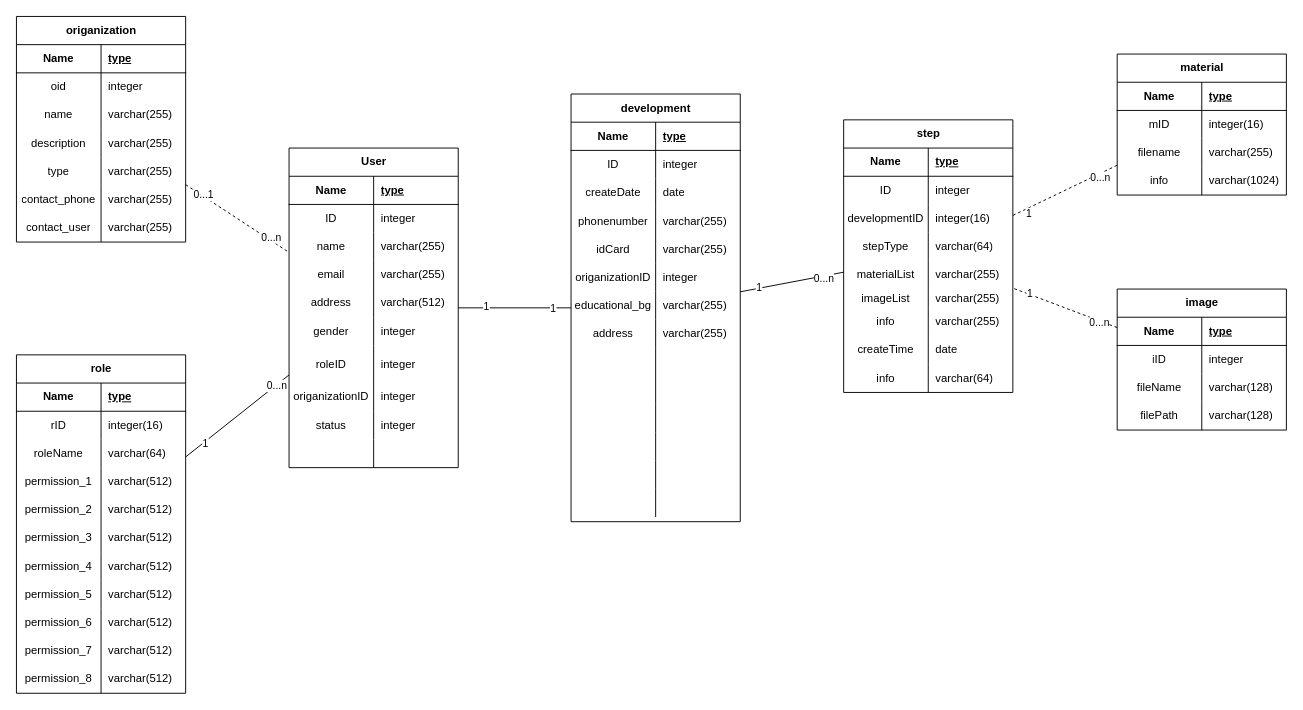
Earlier version of the draw.io diagram uml/er图.drawio (abc2513/ArknightsRoguelikeMapFlowchart). Source tidied: cells renumbered, new cells numbered last; positions are measured from the earlier drawing's top-left corner, leaving out a move shared by most shapes. Both pictures are drawn from the tidied source at 94%, with x=0, y=0 at pixel (16, 16).
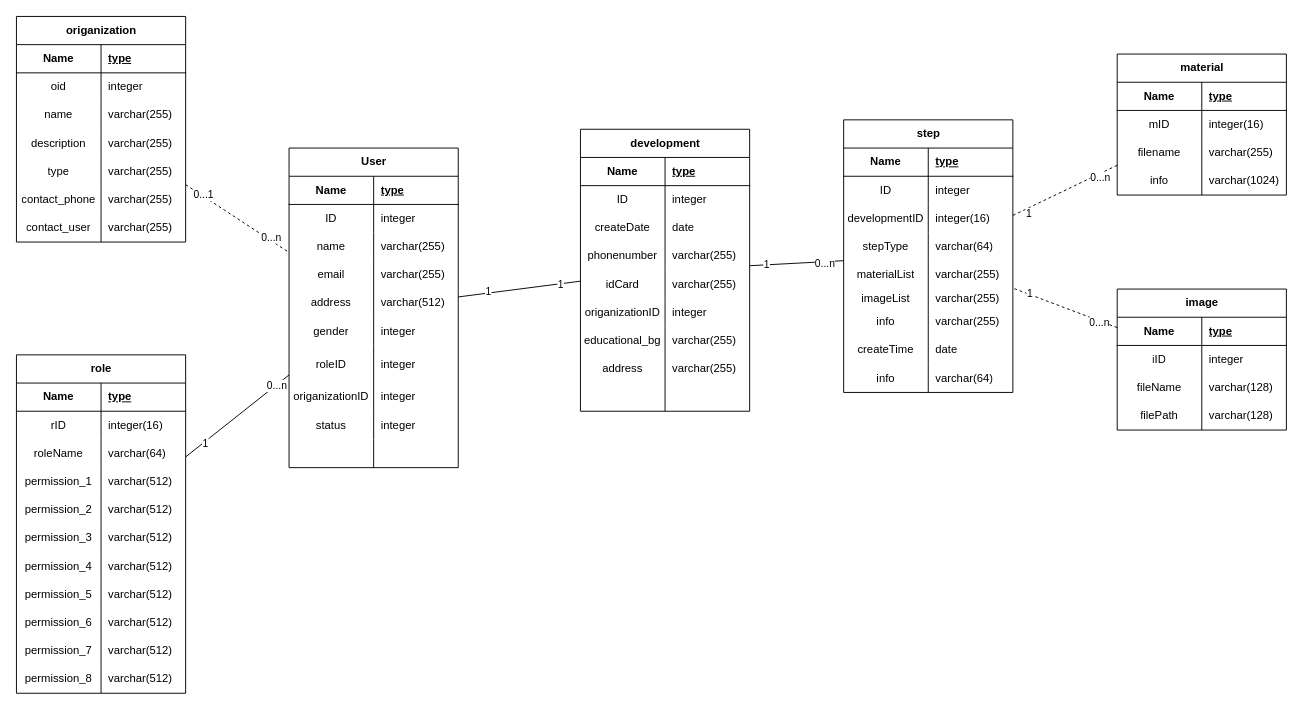
After the change.

Diff of the diagram source:
```diff
@@
     <mxCell id="55" value="development" style="shape=table;startSize=30;childLayout=tableLayout;rowLines=0;fontStyle=1;align=center;html=1;" parent="1" vertex="1">
-      <mxGeometry x="590" y="82.5" width="180" height="455" as="geometry" />
+      <mxGeometry x="600" y="120" width="180" height="300" as="geometry" />
     </mxCell>
@@
-    <mxCell id="80" style="shape=tableRow;horizontal=0;startSize=0;swimlaneHead=0;swimlaneBody=0;fillColor=none;top=0;left=0;right=0;bottom=0;" parent="55" vertex="1">
-      <mxGeometry y="270" width="180" height="30" as="geometry" />
-    </mxCell>
-    <mxCell id="81" style="shape=partialRectangle;fillColor=none;top=0;left=0;bottom=0;right=0;overflow=hidden;whiteSpace=wrap;html=1;" parent="80" vertex="1">
-      <mxGeometry width="90" height="30" as="geometry" />
-    </mxCell>
-    <mxCell id="82" style="shape=partialRectangle;fillColor=none;top=0;left=0;bottom=0;right=0;align=left;spacingLeft=6;overflow=hidden;whiteSpace=wrap;html=1;" parent="80" vertex="1">
-      <mxGeometry x="90" width="90" height="30" as="geometry" />
-    </mxCell>
-    <mxCell id="83" style="shape=tableRow;horizontal=0;startSize=0;swimlaneHead=0;swimlaneBody=0;fillColor=none;top=0;left=0;right=0;bottom=0;" parent="55" vertex="1">
-      <mxGeometry y="300" width="180" height="30" as="geometry" />
-    </mxCell>
-    <mxCell id="84" style="shape=partialRectangle;fillColor=none;top=0;left=0;bottom=0;right=0;overflow=hidden;whiteSpace=wrap;html=1;" parent="83" vertex="1">
-      <mxGeometry width="90" height="30" as="geometry" />
-    </mxCell>
-    <mxCell id="85" style="shape=partialRectangle;fillColor=none;top=0;left=0;bottom=0;right=0;align=left;spacingLeft=6;overflow=hidden;whiteSpace=wrap;html=1;" parent="83" vertex="1">
-      <mxGeometry x="90" width="90" height="30" as="geometry" />
-    </mxCell>
-    <mxCell id="86" style="shape=tableRow;horizontal=0;startSize=0;swimlaneHead=0;swimlaneBody=0;fillColor=none;top=0;left=0;right=0;bottom=0;" parent="55" vertex="1">
-      <mxGeometry y="330" width="180" height="30" as="geometry" />
-    </mxCell>
-    <mxCell id="87" style="shape=partialRectangle;fillColor=none;top=0;left=0;bottom=0;right=0;overflow=hidden;whiteSpace=wrap;html=1;" parent="86" vertex="1">
-      <mxGeometry width="90" height="30" as="geometry" />
-    </mxCell>
-    <mxCell id="88" style="shape=partialRectangle;fillColor=none;top=0;left=0;bottom=0;right=0;align=left;spacingLeft=6;overflow=hidden;whiteSpace=wrap;html=1;" parent="86" vertex="1">
-      <mxGeometry x="90" width="90" height="30" as="geometry" />
-    </mxCell>
     <mxCell id="89" style="shape=tableRow;horizontal=0;startSize=0;swimlaneHead=0;swimlaneBody=0;fillColor=none;top=0;left=0;right=0;bottom=0;" parent="55" vertex="1">
-      <mxGeometry y="360" width="180" height="30" as="geometry" />
+      <mxGeometry y="270" width="180" height="30" as="geometry" />
     </mxCell>
@@
-    <mxCell id="92" style="shape=tableRow;horizontal=0;startSize=0;swimlaneHead=0;swimlaneBody=0;fillColor=none;top=0;left=0;right=0;bottom=0;" parent="55" vertex="1">
-      <mxGeometry y="390" width="180" height="30" as="geometry" />
-    </mxCell>
-    <mxCell id="93" style="shape=partialRectangle;fillColor=none;top=0;left=0;bottom=0;right=0;overflow=hidden;whiteSpace=wrap;html=1;" parent="92" vertex="1">
-      <mxGeometry width="90" height="30" as="geometry" />
-    </mxCell>
-    <mxCell id="94" style="shape=partialRectangle;fillColor=none;top=0;left=0;bottom=0;right=0;align=left;spacingLeft=6;overflow=hidden;whiteSpace=wrap;html=1;" parent="92" vertex="1">
-      <mxGeometry x="90" width="90" height="30" as="geometry" />
-    </mxCell>
-    <mxCell id="95" style="shape=tableRow;horizontal=0;startSize=0;swimlaneHead=0;swimlaneBody=0;fillColor=none;top=0;left=0;right=0;bottom=0;" parent="55" vertex="1">
-      <mxGeometry y="420" width="180" height="30" as="geometry" />
-    </mxCell>
-    <mxCell id="96" style="shape=partialRectangle;fillColor=none;top=0;left=0;bottom=0;right=0;overflow=hidden;whiteSpace=wrap;html=1;" parent="95" vertex="1">
-      <mxGeometry width="90" height="30" as="geometry" />
-    </mxCell>
-    <mxCell id="97" style="shape=partialRectangle;fillColor=none;top=0;left=0;bottom=0;right=0;align=left;spacingLeft=6;overflow=hidden;whiteSpace=wrap;html=1;" parent="95" vertex="1">
-      <mxGeometry x="90" width="90" height="30" as="geometry" />
-    </mxCell>
```
